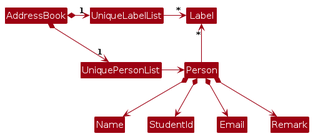
Earlier version of the PlantUML export diagrams/BetterModelClassDiagram.png (AY2627S1-CS2103T-F12-1/tp). Its source is kept beside it as diagrams/BetterModelClassDiagram.puml.
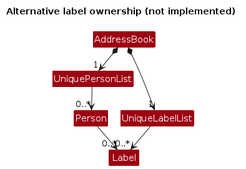
The same file after the commit.

What changed in the source:
```diff
@@ -1,20 +1,17 @@
 @startuml
 !include style.puml
-skinparam arrowThickness 1.1
-skinparam arrowColor MODEL_COLOR
+skinparam ArrowFontStyle plain
+
+title Alternative label ownership (not implemented)
 skinparam classBackgroundColor MODEL_COLOR
-
-AddressBook *-right-> "1" UniquePersonList
-AddressBook *-right-> "1" UniqueLabelList
-UniqueLabelList -[hidden]down- UniquePersonList
-
-UniqueLabelList -right-> "*" Label
-UniquePersonList -right-> Person
-
-Person -up-> "*" Label
-
-Person *--> Name
-Person *--> StudentId
-Person *--> Email
-Person *--> Remark
+class AddressBook
+class UniquePersonList
+class UniqueLabelList
+class Person
+class Label
+AddressBook *--> "1" UniquePersonList
+AddressBook *--> "1" UniqueLabelList
+UniquePersonList --> "0..*" Person
+UniqueLabelList --> "0..*" Label
+Person --> "0..*" Label
 @enduml
```
